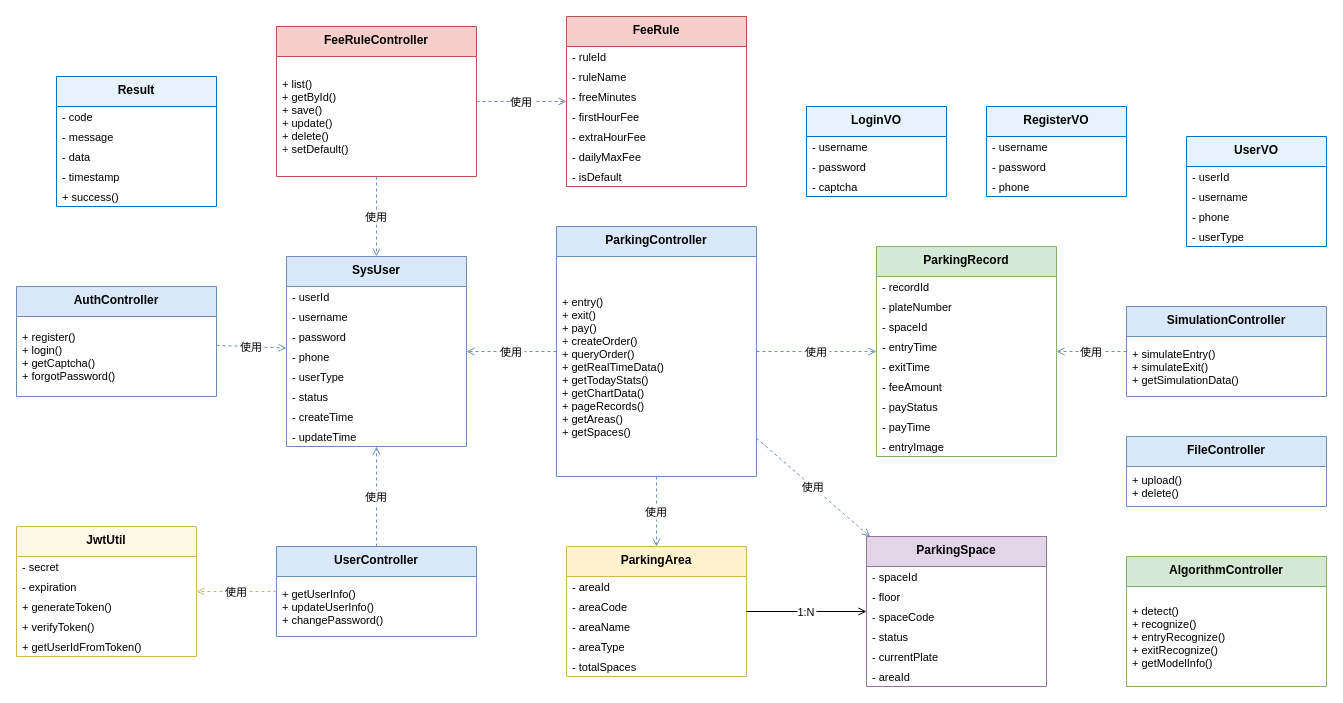
Before: drawio/5 类图.drawio in jinweixia03/Smart-Parking, a draw.io diagram. Source tidied: cells renumbered, new cells numbered last; positions are measured from the earlier drawing's top-left corner, leaving out a move shared by most shapes. Both pictures are drawn from the tidied source at 100%, with x=0, y=0 at pixel (16, 16).
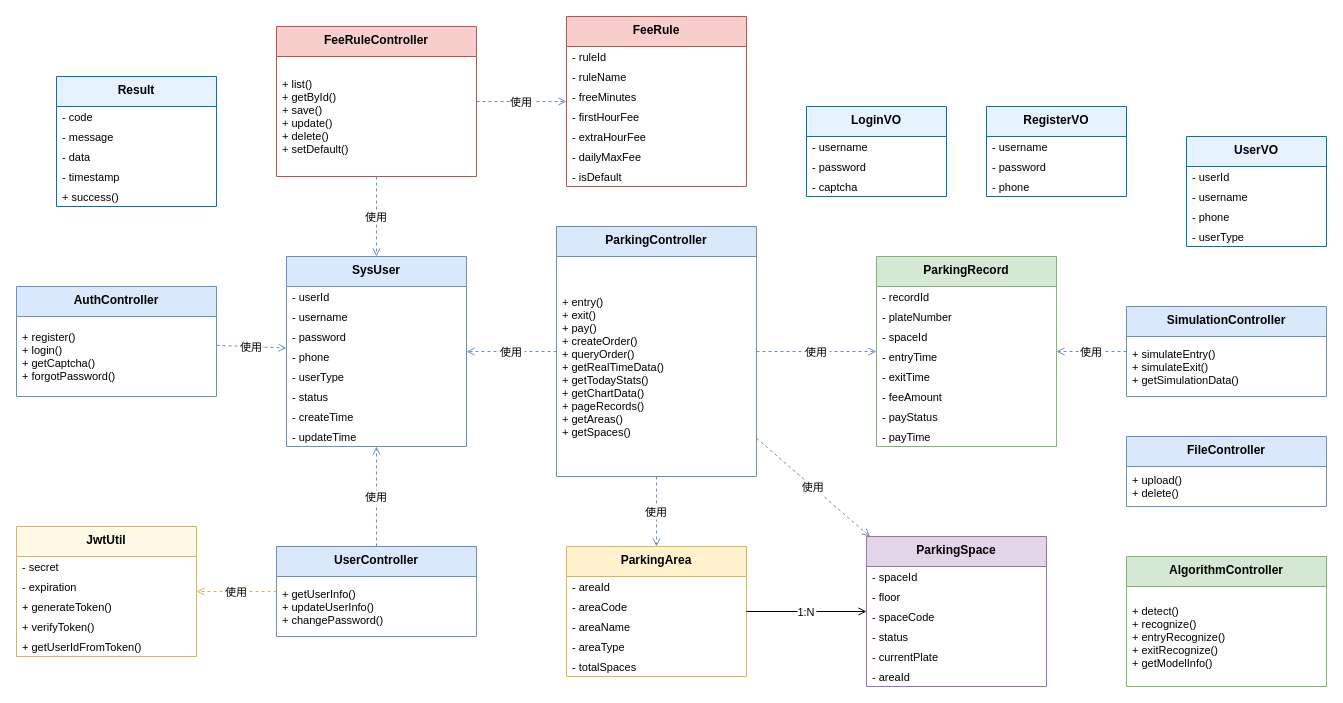
The same page after the edit.

Unchanged cells that the change refers to:
```xml
<mxCell id="2" style="group;" parent="1" vertex="1">
  <mxGeometry width="1310" height="670" as="geometry" />
</mxCell>
```

Change to the diagram source:
```diff
@@
     <mxCell id="25" value="ParkingRecord" style="swimlane;fontStyle=1;align=center;verticalAlign=top;horizontal=1;startSize=30;fillColor=#d5e8d4;strokeColor=#82b366;" parent="2" vertex="1">
-      <mxGeometry x="860" y="230" width="180" height="210" as="geometry" />
+      <mxGeometry x="860" y="240" width="180" height="190" as="geometry" />
     </mxCell>
@@
-    <mxCell id="34" value="- entryImage" style="text;strokeColor=none;fillColor=none;align=left;verticalAlign=middle;spacingLeft=4;spacingRight=4;overflow=hidden;fontSize=11;" parent="25" vertex="1">
-      <mxGeometry y="190" width="180" height="20" as="geometry" />
-    </mxCell>
```
